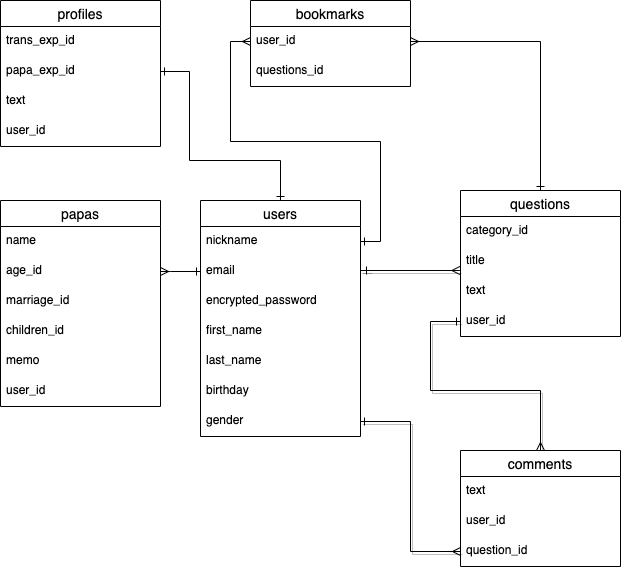
This is ER.drawio.png from Chukoto/wyvez-test, a draw.io export, as it was before one commit. Source tidied: cells renumbered, new cells last; positions are measured from the earlier drawing's top-left corner, leaving out a move shared by most shapes.
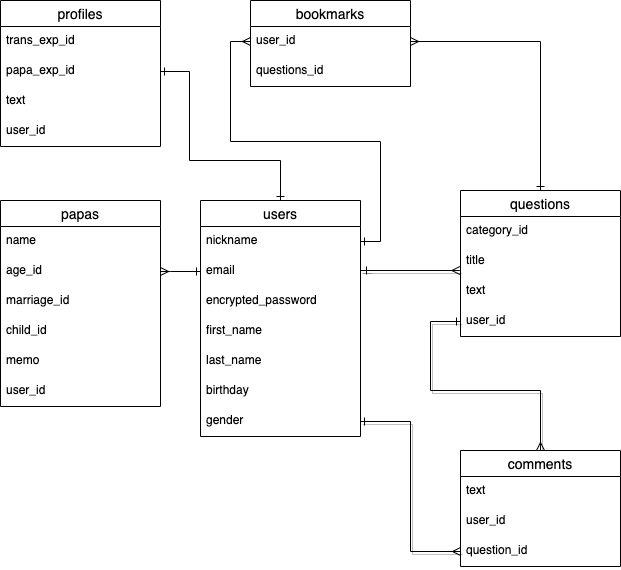
Later version of the same file.

Diff of the diagram source:
```diff
@@ -128,7 +128,7 @@
     <mxCell id="36" value="marriage_id" style="text;strokeColor=none;fillColor=none;spacingLeft=4;spacingRight=4;overflow=hidden;fontSize=12;" parent="33" vertex="1">
       <mxGeometry y="86" width="160" height="30" as="geometry" />
     </mxCell>
-    <mxCell id="37" value="children_id" style="text;strokeColor=none;fillColor=none;spacingLeft=4;spacingRight=4;overflow=hidden;fontSize=12;" parent="33" vertex="1">
+    <mxCell id="37" value="child_id" style="text;strokeColor=none;fillColor=none;spacingLeft=4;spacingRight=4;overflow=hidden;fontSize=12;" parent="33" vertex="1">
       <mxGeometry y="116" width="160" height="30" as="geometry" />
     </mxCell>
     <mxCell id="38" value="memo" style="text;strokeColor=none;fillColor=none;spacingLeft=4;spacingRight=4;overflow=hidden;fontSize=12;" parent="33" vertex="1">
```
